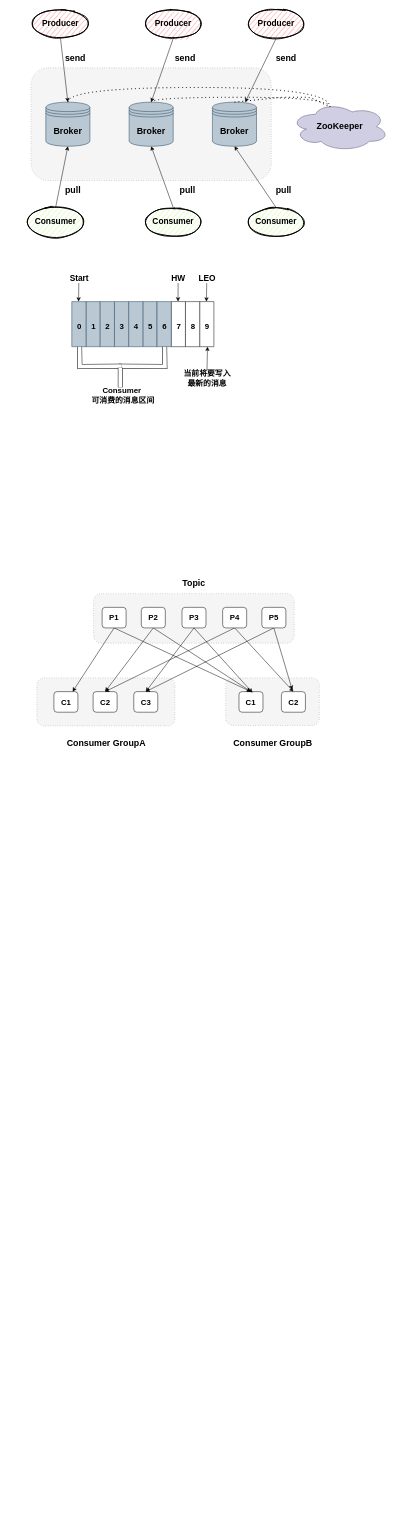
C-wx/MindManager keeps this draw.io diagram as Kafka.drawio. Above is the earlier version. Source tidied: cells renumbered, new cells numbered last; positions are measured from the earlier drawing's top-left corner, leaving out a move shared by most shapes. Both pictures are drawn from the tidied source at 49%, with x=0, y=0 at pixel (26, 9).
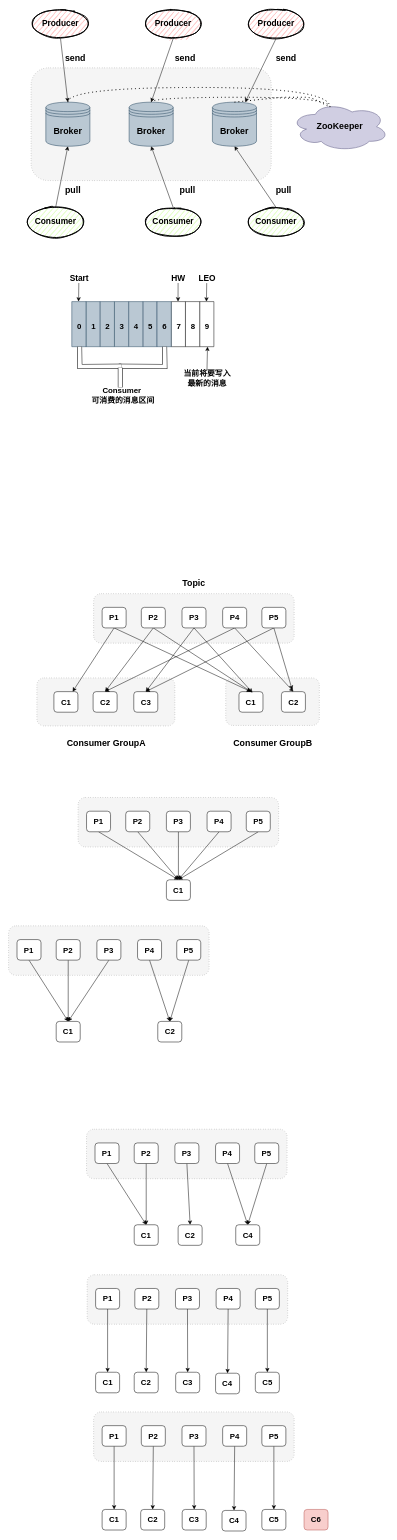
After the change.

What changed in the source:
```diff
@@
+    <mxCell id="86" style="shape=ext;rounded=1;html=1;whiteSpace=wrap;dashed=1;dashPattern=1 4;fillColor=#f5f5f5;strokeColor=#666666;fontColor=#333333;fontSize=16;fontStyle=1;" parent="1" vertex="1">
+      <mxGeometry x="105.9" y="1609" width="409.2" height="101" as="geometry" />
+    </mxCell>
+    <mxCell id="87" style="edgeStyle=none;rounded=0;jettySize=auto;html=1;exitX=0.5;exitY=1;exitDx=0;exitDy=0;entryX=0.5;entryY=0;entryDx=0;entryDy=0;fontSize=16;" parent="1" edge="1" source="88" target="97">
+      <mxGeometry relative="1" as="geometry" />
+    </mxCell>
+    <mxCell id="88" value="P1" style="rounded=1;whiteSpace=wrap;html=1;fontSize=16;fontStyle=1;" parent="1" vertex="1">
+      <mxGeometry x="123.1" y="1637" width="49" height="42" as="geometry" />
+    </mxCell>
+    <mxCell id="89" style="edgeStyle=none;rounded=0;jettySize=auto;html=1;exitX=0.5;exitY=1;exitDx=0;exitDy=0;fontSize=16;entryX=0.5;entryY=0;entryDx=0;entryDy=0;" parent="1" edge="1" source="90" target="97">
+      <mxGeometry relative="1" as="geometry" />
+    </mxCell>
+    <mxCell id="90" value="P2" style="rounded=1;whiteSpace=wrap;html=1;fontSize=16;fontStyle=1;" parent="1" vertex="1">
+      <mxGeometry x="203.1" y="1637" width="49" height="42" as="geometry" />
+    </mxCell>
+    <mxCell id="91" style="edgeStyle=none;rounded=0;jettySize=auto;html=1;exitX=0.5;exitY=1;exitDx=0;exitDy=0;entryX=0.5;entryY=0;entryDx=0;entryDy=0;fontSize=16;" parent="1" edge="1" source="92" target="97">
+      <mxGeometry relative="1" as="geometry" />
+    </mxCell>
+    <mxCell id="92" value="P3" style="rounded=1;whiteSpace=wrap;html=1;fontSize=16;fontStyle=1;" parent="1" vertex="1">
+      <mxGeometry x="286.1" y="1637" width="49" height="42" as="geometry" />
+    </mxCell>
+    <mxCell id="93" style="edgeStyle=none;rounded=0;jettySize=auto;html=1;exitX=0.5;exitY=1;exitDx=0;exitDy=0;fontSize=16;entryX=0.5;entryY=0;entryDx=0;entryDy=0;" parent="1" edge="1" source="94" target="97">
+      <mxGeometry relative="1" as="geometry" />
+    </mxCell>
+    <mxCell id="94" value="P4" style="rounded=1;whiteSpace=wrap;html=1;fontSize=16;fontStyle=1;" parent="1" vertex="1">
+      <mxGeometry x="369.1" y="1637" width="49" height="42" as="geometry" />
+    </mxCell>
+    <mxCell id="95" style="edgeStyle=none;rounded=0;jettySize=auto;html=1;exitX=0.5;exitY=1;exitDx=0;exitDy=0;fontSize=16;entryX=0.5;entryY=0;entryDx=0;entryDy=0;" parent="1" edge="1" source="96" target="97">
+      <mxGeometry relative="1" as="geometry" />
+    </mxCell>
+    <mxCell id="96" value="P5" style="rounded=1;whiteSpace=wrap;html=1;fontSize=16;fontStyle=1;" parent="1" vertex="1">
+      <mxGeometry x="449.1" y="1637" width="49" height="42" as="geometry" />
+    </mxCell>
+    <mxCell id="97" value="C1" style="rounded=1;whiteSpace=wrap;html=1;fontSize=16;fontStyle=1;" parent="1" vertex="1">
+      <mxGeometry x="286.1" y="1777" width="49" height="42" as="geometry" />
+    </mxCell>
+    <mxCell id="98" style="shape=ext;rounded=1;html=1;whiteSpace=wrap;dashed=1;dashPattern=1 4;fillColor=#f5f5f5;strokeColor=#666666;fontColor=#333333;fontSize=16;fontStyle=1;" parent="1" vertex="1">
+      <mxGeometry x="-36" y="1871" width="409.2" height="101" as="geometry" />
+    </mxCell>
+    <mxCell id="99" style="edgeStyle=none;rounded=0;jettySize=auto;html=1;exitX=0.5;exitY=1;exitDx=0;exitDy=0;entryX=0.5;entryY=0;entryDx=0;entryDy=0;fontSize=16;" parent="1" edge="1" source="100" target="109">
+      <mxGeometry relative="1" as="geometry" />
+    </mxCell>
+    <mxCell id="100" value="P1" style="rounded=1;whiteSpace=wrap;html=1;fontSize=16;fontStyle=1;" parent="1" vertex="1">
+      <mxGeometry x="-18.8" y="1899" width="49" height="42" as="geometry" />
+    </mxCell>
+    <mxCell id="101" style="edgeStyle=none;rounded=0;jettySize=auto;html=1;exitX=0.5;exitY=1;exitDx=0;exitDy=0;fontSize=16;entryX=0.5;entryY=0;entryDx=0;entryDy=0;" parent="1" edge="1" source="102" target="109">
+      <mxGeometry relative="1" as="geometry" />
+    </mxCell>
+    <mxCell id="102" value="P2" style="rounded=1;whiteSpace=wrap;html=1;fontSize=16;fontStyle=1;" parent="1" vertex="1">
+      <mxGeometry x="61.2" y="1899" width="49" height="42" as="geometry" />
+    </mxCell>
+    <mxCell id="103" style="edgeStyle=none;rounded=0;jettySize=auto;html=1;exitX=0.5;exitY=1;exitDx=0;exitDy=0;entryX=0.5;entryY=0;entryDx=0;entryDy=0;fontSize=16;" parent="1" edge="1" source="104" target="109">
+      <mxGeometry relative="1" as="geometry" />
+    </mxCell>
+    <mxCell id="104" value="P3" style="rounded=1;whiteSpace=wrap;html=1;fontSize=16;fontStyle=1;" parent="1" vertex="1">
+      <mxGeometry x="144.2" y="1899" width="49" height="42" as="geometry" />
+    </mxCell>
+    <mxCell id="105" style="edgeStyle=none;rounded=0;jettySize=auto;html=1;exitX=0.5;exitY=1;exitDx=0;exitDy=0;fontSize=16;entryX=0.5;entryY=0;entryDx=0;entryDy=0;" parent="1" edge="1" source="106" target="110">
+      <mxGeometry relative="1" as="geometry" />
+    </mxCell>
+    <mxCell id="106" value="P4" style="rounded=1;whiteSpace=wrap;html=1;fontSize=16;fontStyle=1;" parent="1" vertex="1">
+      <mxGeometry x="227.2" y="1899" width="49" height="42" as="geometry" />
+    </mxCell>
+    <mxCell id="107" style="edgeStyle=none;rounded=0;jettySize=auto;html=1;exitX=0.5;exitY=1;exitDx=0;exitDy=0;entryX=0.5;entryY=0;entryDx=0;entryDy=0;fontSize=16;" parent="1" edge="1" source="108" target="110">
+      <mxGeometry relative="1" as="geometry" />
+    </mxCell>
+    <mxCell id="108" value="P5" style="rounded=1;whiteSpace=wrap;html=1;fontSize=16;fontStyle=1;" parent="1" vertex="1">
+      <mxGeometry x="307.2" y="1899" width="49" height="42" as="geometry" />
+    </mxCell>
+    <mxCell id="109" value="C1" style="rounded=1;whiteSpace=wrap;html=1;fontSize=16;fontStyle=1;" parent="1" vertex="1">
+      <mxGeometry x="61.2" y="2066" width="49" height="42" as="geometry" />
+    </mxCell>
+    <mxCell id="110" value="C2" style="rounded=1;whiteSpace=wrap;html=1;fontSize=16;fontStyle=1;" parent="1" vertex="1">
+      <mxGeometry x="268.5" y="2066" width="49" height="42" as="geometry" />
+    </mxCell>
+    <mxCell id="111" style="shape=ext;rounded=1;html=1;whiteSpace=wrap;dashed=1;dashPattern=1 4;fillColor=#f5f5f5;strokeColor=#666666;fontColor=#333333;fontSize=16;fontStyle=1;" parent="1" vertex="1">
+      <mxGeometry x="123.1" y="2286" width="409.2" height="101" as="geometry" />
+    </mxCell>
+    <mxCell id="112" style="edgeStyle=none;rounded=0;jettySize=auto;html=1;exitX=0.5;exitY=1;exitDx=0;exitDy=0;entryX=0.5;entryY=0;entryDx=0;entryDy=0;fontSize=16;" parent="1" edge="1" source="113" target="122">
+      <mxGeometry relative="1" as="geometry" />
+    </mxCell>
+    <mxCell id="113" value="P1" style="rounded=1;whiteSpace=wrap;html=1;fontSize=16;fontStyle=1;" parent="1" vertex="1">
+      <mxGeometry x="140.4" y="2314" width="49" height="42" as="geometry" />
+    </mxCell>
+    <mxCell id="114" style="edgeStyle=none;rounded=0;jettySize=auto;html=1;exitX=0.5;exitY=1;exitDx=0;exitDy=0;fontSize=16;entryX=0.5;entryY=0;entryDx=0;entryDy=0;" parent="1" edge="1" source="115" target="122">
+      <mxGeometry relative="1" as="geometry" />
+    </mxCell>
+    <mxCell id="115" value="P2" style="rounded=1;whiteSpace=wrap;html=1;fontSize=16;fontStyle=1;" parent="1" vertex="1">
+      <mxGeometry x="220.4" y="2314" width="49" height="42" as="geometry" />
+    </mxCell>
+    <mxCell id="116" style="edgeStyle=none;rounded=0;jettySize=auto;html=1;exitX=0.5;exitY=1;exitDx=0;exitDy=0;entryX=0.5;entryY=0;entryDx=0;entryDy=0;fontSize=16;" parent="1" edge="1" source="117" target="124">
+      <mxGeometry relative="1" as="geometry" />
+    </mxCell>
+    <mxCell id="117" value="P3" style="rounded=1;whiteSpace=wrap;html=1;fontSize=16;fontStyle=1;" parent="1" vertex="1">
+      <mxGeometry x="303.4" y="2314" width="49" height="42" as="geometry" />
+    </mxCell>
+    <mxCell id="118" style="edgeStyle=none;rounded=0;jettySize=auto;html=1;exitX=0.5;exitY=1;exitDx=0;exitDy=0;fontSize=16;entryX=0.5;entryY=0;entryDx=0;entryDy=0;" parent="1" edge="1" source="119" target="123">
+      <mxGeometry relative="1" as="geometry" />
+    </mxCell>
+    <mxCell id="119" value="P4" style="rounded=1;whiteSpace=wrap;html=1;fontSize=16;fontStyle=1;" parent="1" vertex="1">
+      <mxGeometry x="386.4" y="2314" width="49" height="42" as="geometry" />
+    </mxCell>
+    <mxCell id="120" style="edgeStyle=none;rounded=0;jettySize=auto;html=1;exitX=0.5;exitY=1;exitDx=0;exitDy=0;entryX=0.5;entryY=0;entryDx=0;entryDy=0;fontSize=16;" parent="1" edge="1" source="121" target="123">
+      <mxGeometry relative="1" as="geometry" />
+    </mxCell>
+    <mxCell id="121" value="P5" style="rounded=1;whiteSpace=wrap;html=1;fontSize=16;fontStyle=1;" parent="1" vertex="1">
+      <mxGeometry x="466.4" y="2314" width="49" height="42" as="geometry" />
+    </mxCell>
+    <mxCell id="122" value="C1" style="rounded=1;whiteSpace=wrap;html=1;fontSize=16;fontStyle=1;" parent="1" vertex="1">
+      <mxGeometry x="220.4" y="2481" width="49" height="42" as="geometry" />
+    </mxCell>
+    <mxCell id="123" value="C4" style="rounded=1;whiteSpace=wrap;html=1;fontSize=16;fontStyle=1;" parent="1" vertex="1">
+      <mxGeometry x="427.6" y="2481" width="49" height="42" as="geometry" />
+    </mxCell>
+    <mxCell id="124" value="C2" style="rounded=1;whiteSpace=wrap;html=1;fontSize=16;fontStyle=1;" parent="1" vertex="1">
+      <mxGeometry x="310" y="2481" width="49" height="42" as="geometry" />
+    </mxCell>
+    <mxCell id="125" style="shape=ext;rounded=1;html=1;whiteSpace=wrap;dashed=1;dashPattern=1 4;fillColor=#f5f5f5;strokeColor=#666666;fontColor=#333333;fontSize=16;fontStyle=1;" parent="1" vertex="1">
+      <mxGeometry x="124.4" y="2583" width="409.2" height="101" as="geometry" />
+    </mxCell>
+    <mxCell id="126" style="edgeStyle=none;rounded=0;jettySize=auto;html=1;exitX=0.5;exitY=1;exitDx=0;exitDy=0;entryX=0.5;entryY=0;entryDx=0;entryDy=0;fontSize=16;" parent="1" edge="1" source="127" target="136">
+      <mxGeometry relative="1" as="geometry" />
+    </mxCell>
+    <mxCell id="127" value="P1" style="rounded=1;whiteSpace=wrap;html=1;fontSize=16;fontStyle=1;" parent="1" vertex="1">
+      <mxGeometry x="141.6" y="2611" width="49" height="42" as="geometry" />
+    </mxCell>
+    <mxCell id="128" style="edgeStyle=none;rounded=0;jettySize=auto;html=1;exitX=0.5;exitY=1;exitDx=0;exitDy=0;fontSize=16;entryX=0.5;entryY=0;entryDx=0;entryDy=0;" parent="1" edge="1" source="129" target="139">
+      <mxGeometry relative="1" as="geometry" />
+    </mxCell>
+    <mxCell id="129" value="P2" style="rounded=1;whiteSpace=wrap;html=1;fontSize=16;fontStyle=1;" parent="1" vertex="1">
+      <mxGeometry x="221.6" y="2611" width="49" height="42" as="geometry" />
+    </mxCell>
+    <mxCell id="130" style="edgeStyle=none;rounded=0;jettySize=auto;html=1;exitX=0.5;exitY=1;exitDx=0;exitDy=0;entryX=0.5;entryY=0;entryDx=0;entryDy=0;fontSize=16;" parent="1" edge="1" source="131" target="138">
+      <mxGeometry relative="1" as="geometry" />
+    </mxCell>
+    <mxCell id="131" value="P3" style="rounded=1;whiteSpace=wrap;html=1;fontSize=16;fontStyle=1;" parent="1" vertex="1">
+      <mxGeometry x="304.6" y="2611" width="49" height="42" as="geometry" />
+    </mxCell>
+    <mxCell id="132" style="edgeStyle=none;rounded=0;jettySize=auto;html=1;exitX=0.5;exitY=1;exitDx=0;exitDy=0;fontSize=16;entryX=0.5;entryY=0;entryDx=0;entryDy=0;" parent="1" edge="1" source="133" target="137">
+      <mxGeometry relative="1" as="geometry" />
+    </mxCell>
+    <mxCell id="133" value="P4" style="rounded=1;whiteSpace=wrap;html=1;fontSize=16;fontStyle=1;" parent="1" vertex="1">
+      <mxGeometry x="387.6" y="2611" width="49" height="42" as="geometry" />
+    </mxCell>
+    <mxCell id="134" style="edgeStyle=none;rounded=0;jettySize=auto;html=1;exitX=0.5;exitY=1;exitDx=0;exitDy=0;entryX=0.5;entryY=0;entryDx=0;entryDy=0;fontSize=16;" parent="1" edge="1" source="135" target="140">
+      <mxGeometry relative="1" as="geometry" />
+    </mxCell>
+    <mxCell id="135" value="P5" style="rounded=1;whiteSpace=wrap;html=1;fontSize=16;fontStyle=1;" parent="1" vertex="1">
+      <mxGeometry x="467.6" y="2611" width="49" height="42" as="geometry" />
+    </mxCell>
+    <mxCell id="136" value="C1" style="rounded=1;whiteSpace=wrap;html=1;fontSize=16;fontStyle=1;" parent="1" vertex="1">
+      <mxGeometry x="141.6" y="2782" width="49" height="42" as="geometry" />
+    </mxCell>
+    <mxCell id="137" value="C4" style="rounded=1;whiteSpace=wrap;html=1;fontSize=16;fontStyle=1;" parent="1" vertex="1">
+      <mxGeometry x="386.4" y="2784" width="49" height="42" as="geometry" />
+    </mxCell>
+    <mxCell id="138" value="C3" style="rounded=1;whiteSpace=wrap;html=1;fontSize=16;fontStyle=1;" parent="1" vertex="1">
+      <mxGeometry x="305" y="2782" width="49" height="42" as="geometry" />
+    </mxCell>
+    <mxCell id="139" value="C2" style="rounded=1;whiteSpace=wrap;html=1;fontSize=16;fontStyle=1;" parent="1" vertex="1">
+      <mxGeometry x="220.4" y="2782" width="49" height="42" as="geometry" />
+    </mxCell>
+    <mxCell id="140" value="C5" style="rounded=1;whiteSpace=wrap;html=1;fontSize=16;fontStyle=1;" parent="1" vertex="1">
+      <mxGeometry x="467.6" y="2782" width="49" height="42" as="geometry" />
+    </mxCell>
+    <mxCell id="141" style="shape=ext;rounded=1;html=1;whiteSpace=wrap;dashed=1;dashPattern=1 4;fillColor=#f5f5f5;strokeColor=#666666;fontColor=#333333;fontSize=16;fontStyle=1;" parent="1" vertex="1">
+      <mxGeometry x="137.6" y="2863" width="409.2" height="101" as="geometry" />
+    </mxCell>
+    <mxCell id="142" style="edgeStyle=none;rounded=0;jettySize=auto;html=1;exitX=0.5;exitY=1;exitDx=0;exitDy=0;entryX=0.5;entryY=0;entryDx=0;entryDy=0;fontSize=16;" parent="1" edge="1" source="143" target="152">
+      <mxGeometry relative="1" as="geometry" />
+    </mxCell>
+    <mxCell id="143" value="P1" style="rounded=1;whiteSpace=wrap;html=1;fontSize=16;fontStyle=1;" parent="1" vertex="1">
+      <mxGeometry x="154.9" y="2891" width="49" height="42" as="geometry" />
+    </mxCell>
+    <mxCell id="144" style="edgeStyle=none;rounded=0;jettySize=auto;html=1;exitX=0.5;exitY=1;exitDx=0;exitDy=0;fontSize=16;entryX=0.5;entryY=0;entryDx=0;entryDy=0;" parent="1" edge="1" source="145" target="155">
+      <mxGeometry relative="1" as="geometry" />
+    </mxCell>
+    <mxCell id="145" value="P2" style="rounded=1;whiteSpace=wrap;html=1;fontSize=16;fontStyle=1;" parent="1" vertex="1">
+      <mxGeometry x="234.9" y="2891" width="49" height="42" as="geometry" />
+    </mxCell>
+    <mxCell id="146" style="edgeStyle=none;rounded=0;jettySize=auto;html=1;exitX=0.5;exitY=1;exitDx=0;exitDy=0;entryX=0.5;entryY=0;entryDx=0;entryDy=0;fontSize=16;" parent="1" edge="1" source="147" target="154">
+      <mxGeometry relative="1" as="geometry" />
+    </mxCell>
+    <mxCell id="147" value="P3" style="rounded=1;whiteSpace=wrap;html=1;fontSize=16;fontStyle=1;" parent="1" vertex="1">
+      <mxGeometry x="317.9" y="2891" width="49" height="42" as="geometry" />
+    </mxCell>
+    <mxCell id="148" style="edgeStyle=none;rounded=0;jettySize=auto;html=1;exitX=0.5;exitY=1;exitDx=0;exitDy=0;fontSize=16;entryX=0.5;entryY=0;entryDx=0;entryDy=0;" parent="1" edge="1" source="149" target="153">
+      <mxGeometry relative="1" as="geometry" />
+    </mxCell>
+    <mxCell id="149" value="P4" style="rounded=1;whiteSpace=wrap;html=1;fontSize=16;fontStyle=1;" parent="1" vertex="1">
+      <mxGeometry x="400.9" y="2891" width="49" height="42" as="geometry" />
+    </mxCell>
+    <mxCell id="150" style="edgeStyle=none;rounded=0;jettySize=auto;html=1;exitX=0.5;exitY=1;exitDx=0;exitDy=0;entryX=0.5;entryY=0;entryDx=0;entryDy=0;fontSize=16;" parent="1" edge="1" source="151" target="156">
+      <mxGeometry relative="1" as="geometry" />
+    </mxCell>
+    <mxCell id="151" value="P5" style="rounded=1;whiteSpace=wrap;html=1;fontSize=16;fontStyle=1;" parent="1" vertex="1">
+      <mxGeometry x="480.9" y="2891" width="49" height="42" as="geometry" />
+    </mxCell>
+    <mxCell id="152" value="C1" style="rounded=1;whiteSpace=wrap;html=1;fontSize=16;fontStyle=1;" parent="1" vertex="1">
+      <mxGeometry x="154.9" y="3062" width="49" height="42" as="geometry" />
+    </mxCell>
+    <mxCell id="153" value="C4" style="rounded=1;whiteSpace=wrap;html=1;fontSize=16;fontStyle=1;" parent="1" vertex="1">
+      <mxGeometry x="399.6" y="3064" width="49" height="42" as="geometry" />
+    </mxCell>
+    <mxCell id="154" value="C3" style="rounded=1;whiteSpace=wrap;html=1;fontSize=16;fontStyle=1;" parent="1" vertex="1">
+      <mxGeometry x="318.3" y="3062" width="49" height="42" as="geometry" />
+    </mxCell>
+    <mxCell id="155" value="C2" style="rounded=1;whiteSpace=wrap;html=1;fontSize=16;fontStyle=1;" parent="1" vertex="1">
+      <mxGeometry x="233.6" y="3062" width="49" height="42" as="geometry" />
+    </mxCell>
+    <mxCell id="156" value="C5" style="rounded=1;whiteSpace=wrap;html=1;fontSize=16;fontStyle=1;" parent="1" vertex="1">
+      <mxGeometry x="480.9" y="3062" width="49" height="42" as="geometry" />
+    </mxCell>
+    <mxCell id="157" value="C6" style="rounded=1;whiteSpace=wrap;html=1;fontSize=16;fontStyle=1;fillColor=#f8cecc;strokeColor=#b85450;" parent="1" vertex="1">
+      <mxGeometry x="567" y="3062" width="49" height="42" as="geometry" />
+    </mxCell>
```
